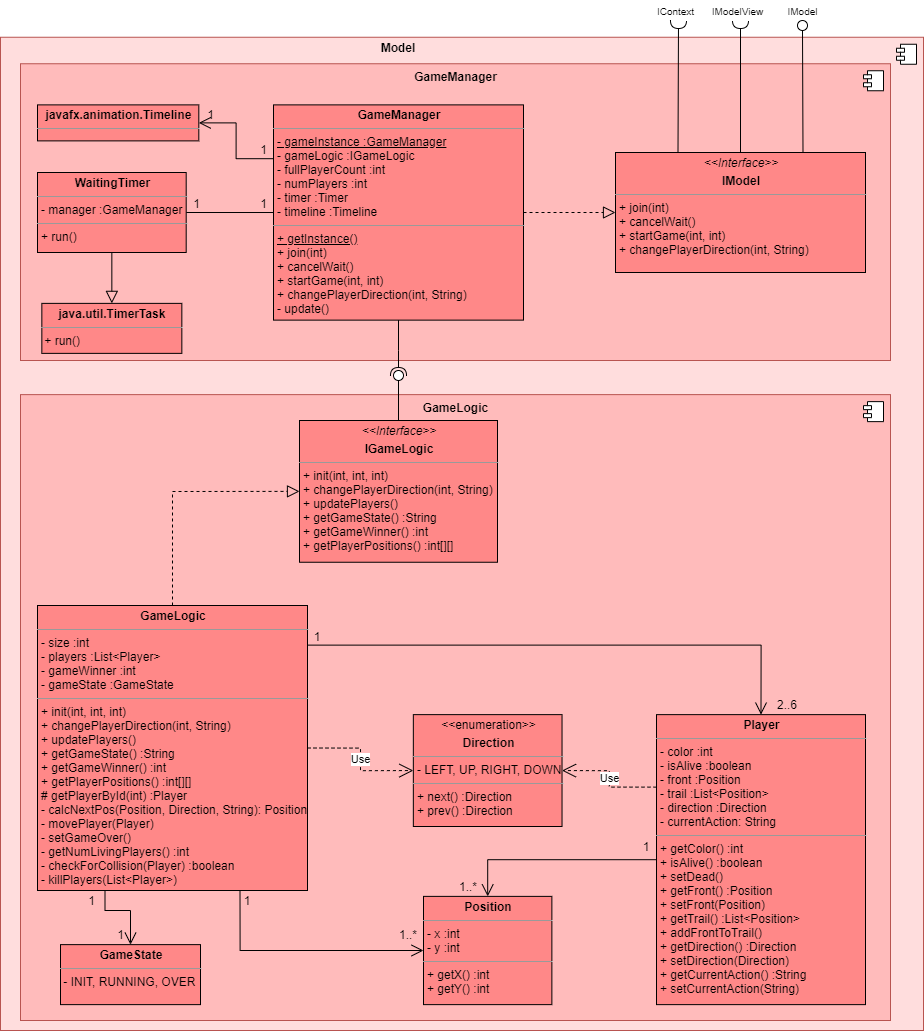
Before: Doku/images/Model_Ebene3_Refactor.png, a diagram exported from draw.io (KjellooMelloo/gameoftrons). Source tidied: cells renumbered, new cells last; positions are measured from the earlier drawing's top-left corner, leaving out a move shared by most shapes.
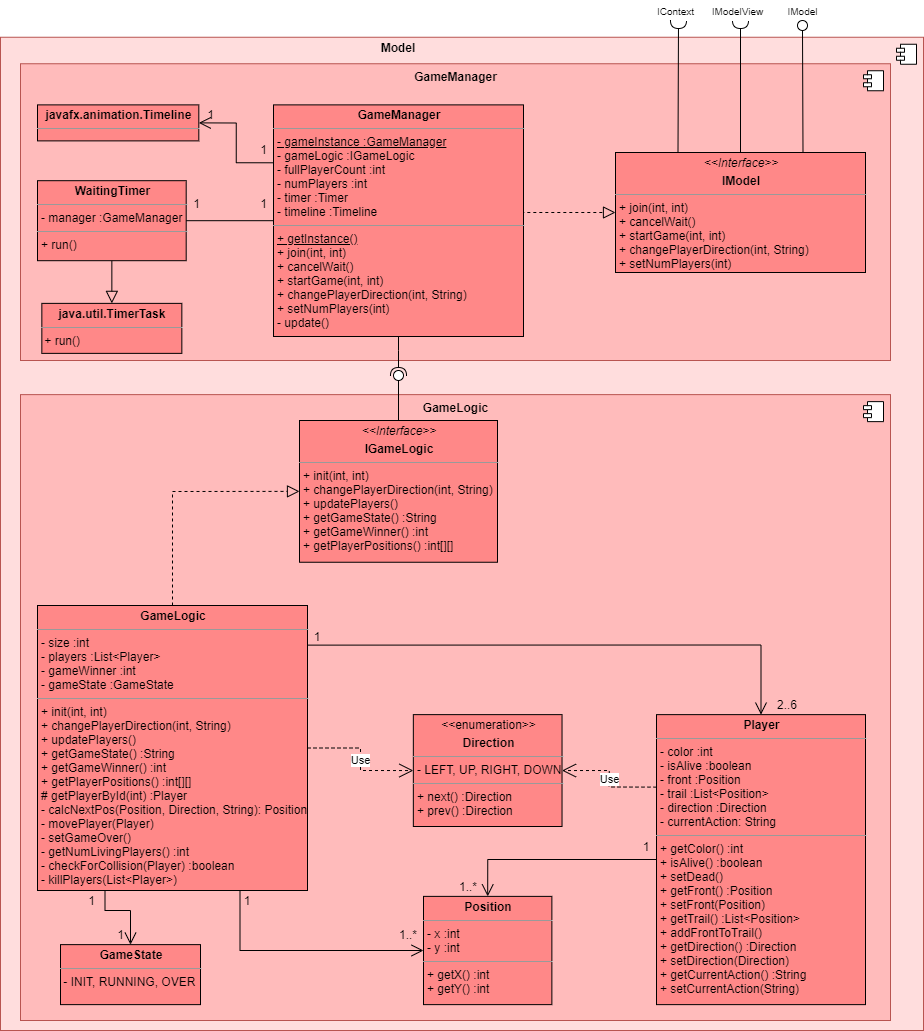
After the change.

Commit message:
bst and doc changes for join, setNumPlayers, startGame

What changed in the source:
```diff
@@ -43,8 +43,8 @@
     <mxCell id="11" style="edgeStyle=orthogonalEdgeStyle;rounded=0;jettySize=auto;html=1;entryX=1;entryY=0.5;entryDx=0;entryDy=0;exitX=0;exitY=0.25;exitDx=0;exitDy=0;endArrow=open;endFill=0;endSize=10;" parent="1" edge="1" source="12" target="50">
       <mxGeometry relative="1" as="geometry" />
     </mxCell>
-    <mxCell id="12" value="&lt;p style=&quot;margin: 0px ; margin-top: 4px ; text-align: center&quot;&gt;&lt;b&gt;GameManager&lt;/b&gt;&lt;/p&gt;&lt;hr size=&quot;1&quot;&gt;&lt;p style=&quot;margin: 0px ; margin-left: 4px&quot;&gt;&lt;u&gt;- gameInstance :GameManager&lt;/u&gt;&lt;/p&gt;&lt;p style=&quot;margin: 0px ; margin-left: 4px&quot;&gt;- gameLogic :IGameLogic&lt;/p&gt;&lt;p style=&quot;margin: 0px ; margin-left: 4px&quot;&gt;- fullPlayerCount :int&lt;/p&gt;&lt;p style=&quot;margin: 0px ; margin-left: 4px&quot;&gt;- numPlayers :int&lt;/p&gt;&lt;p style=&quot;margin: 0px ; margin-left: 4px&quot;&gt;- timer :Timer&lt;/p&gt;&lt;p style=&quot;margin: 0px ; margin-left: 4px&quot;&gt;- timeline :Timeline&lt;/p&gt;&lt;hr size=&quot;1&quot;&gt;&lt;p style=&quot;margin: 0px 0px 0px 4px&quot;&gt;&lt;u&gt;+ getInstance()&lt;/u&gt;&lt;/p&gt;&lt;p style=&quot;margin: 0px 0px 0px 4px&quot;&gt;+ join(int)&lt;/p&gt;&lt;p style=&quot;margin: 0px 0px 0px 4px&quot;&gt;+ cancelWait()&lt;/p&gt;&lt;p style=&quot;margin: 0px 0px 0px 4px&quot;&gt;+ startGame(int, int)&lt;/p&gt;&lt;p style=&quot;margin: 0px 0px 0px 4px&quot;&gt;+ changePlayerDirection(int, String)&lt;/p&gt;&lt;p style=&quot;margin: 0px 0px 0px 4px&quot;&gt;- update()&lt;/p&gt;&lt;p style=&quot;margin: 0px ; margin-left: 4px&quot;&gt;&lt;br&gt;&lt;/p&gt;" style="verticalAlign=top;align=left;overflow=fill;fontSize=12;fontFamily=Helvetica;html=1;fillColor=#FF8888;strokeColor=#000000;" parent="1" vertex="1">
-      <mxGeometry x="273" y="104.4" width="250" height="215.2" as="geometry" />
+    <mxCell id="12" value="&lt;p style=&quot;margin: 0px ; margin-top: 4px ; text-align: center&quot;&gt;&lt;b&gt;GameManager&lt;/b&gt;&lt;/p&gt;&lt;hr size=&quot;1&quot;&gt;&lt;p style=&quot;margin: 0px ; margin-left: 4px&quot;&gt;&lt;u&gt;- gameInstance :GameManager&lt;/u&gt;&lt;/p&gt;&lt;p style=&quot;margin: 0px ; margin-left: 4px&quot;&gt;- gameLogic :IGameLogic&lt;/p&gt;&lt;p style=&quot;margin: 0px ; margin-left: 4px&quot;&gt;- fullPlayerCount :int&lt;/p&gt;&lt;p style=&quot;margin: 0px ; margin-left: 4px&quot;&gt;- numPlayers :int&lt;/p&gt;&lt;p style=&quot;margin: 0px ; margin-left: 4px&quot;&gt;- timer :Timer&lt;/p&gt;&lt;p style=&quot;margin: 0px ; margin-left: 4px&quot;&gt;- timeline :Timeline&lt;/p&gt;&lt;hr size=&quot;1&quot;&gt;&lt;p style=&quot;margin: 0px 0px 0px 4px&quot;&gt;&lt;u&gt;+ getInstance()&lt;/u&gt;&lt;/p&gt;&lt;p style=&quot;margin: 0px 0px 0px 4px&quot;&gt;+ join(int, int)&lt;/p&gt;&lt;p style=&quot;margin: 0px 0px 0px 4px&quot;&gt;+ cancelWait()&lt;/p&gt;&lt;p style=&quot;margin: 0px 0px 0px 4px&quot;&gt;+ startGame(int, int)&lt;/p&gt;&lt;p style=&quot;margin: 0px 0px 0px 4px&quot;&gt;+ changePlayerDirection(int, String)&lt;/p&gt;&lt;p style=&quot;margin: 0px 0px 0px 4px&quot;&gt;+ setNumPlayers(int)&lt;/p&gt;&lt;p style=&quot;margin: 0px 0px 0px 4px&quot;&gt;- update()&lt;/p&gt;&lt;p style=&quot;margin: 0px ; margin-left: 4px&quot;&gt;&lt;br&gt;&lt;/p&gt;" style="verticalAlign=top;align=left;overflow=fill;fontSize=12;fontFamily=Helvetica;html=1;fillColor=#FF8888;strokeColor=#000000;" parent="1" vertex="1">
+      <mxGeometry x="273" y="104.4" width="250" height="231.6" as="geometry" />
     </mxCell>
     <mxCell id="13" value="&lt;p style=&quot;margin: 0px ; margin-top: 4px ; text-align: center&quot;&gt;&lt;b&gt;Position&lt;/b&gt;&lt;/p&gt;&lt;hr size=&quot;1&quot;&gt;&lt;p style=&quot;margin: 0px ; margin-left: 4px&quot;&gt;- x :int&lt;/p&gt;&lt;p style=&quot;margin: 0px ; margin-left: 4px&quot;&gt;- y :int&lt;/p&gt;&lt;hr size=&quot;1&quot;&gt;&lt;p style=&quot;margin: 0px ; margin-left: 4px&quot;&gt;+ getX() :int&lt;br&gt;+ getY() :int&lt;/p&gt;&lt;p style=&quot;margin: 0px ; margin-left: 4px&quot;&gt;&lt;br&gt;&lt;/p&gt;" style="verticalAlign=top;align=left;overflow=fill;fontSize=12;fontFamily=Helvetica;html=1;fillColor=#FF8888;strokeColor=#000000;" parent="1" vertex="1">
       <mxGeometry x="423" y="895.9" width="128.4" height="108.2" as="geometry" />
@@ -58,7 +58,7 @@
     <mxCell id="16" style="edgeStyle=orthogonalEdgeStyle;rounded=0;jettySize=auto;html=1;entryX=0;entryY=0.5;entryDx=0;entryDy=0;startArrow=none;startFill=0;endArrow=open;endFill=0;endSize=10;exitX=0.75;exitY=1;exitDx=0;exitDy=0;" parent="1" edge="1" source="17" target="13">
       <mxGeometry relative="1" as="geometry" />
     </mxCell>
-    <mxCell id="17" value="&lt;p style=&quot;margin: 0px ; margin-top: 4px ; text-align: center&quot;&gt;&lt;b&gt;GameLogic&lt;/b&gt;&lt;/p&gt;&lt;hr size=&quot;1&quot;&gt;&lt;p style=&quot;margin: 0px ; margin-left: 4px&quot;&gt;- size :int&lt;/p&gt;&lt;p style=&quot;margin: 0px ; margin-left: 4px&quot;&gt;- players :List&amp;lt;Player&amp;gt;&lt;/p&gt;&lt;p style=&quot;margin: 0px 0px 0px 4px&quot;&gt;&lt;span&gt;- gameWinner :int&lt;/span&gt;&lt;br&gt;&lt;/p&gt;&lt;p style=&quot;margin: 0px ; margin-left: 4px&quot;&gt;- gameState :GameState&lt;/p&gt;&lt;hr size=&quot;1&quot;&gt;&lt;p style=&quot;margin: 0px ; margin-left: 4px&quot;&gt;&lt;span&gt;+ init(int, int, int)&lt;/span&gt;&lt;/p&gt;&lt;p style=&quot;margin: 0px ; margin-left: 4px&quot;&gt;&lt;span&gt;+ changePlayerDirection(int, String)&lt;/span&gt;&lt;br&gt;&lt;/p&gt;&lt;p style=&quot;margin: 0px ; margin-left: 4px&quot;&gt;&lt;span&gt;+ updatePlayers()&lt;/span&gt;&lt;/p&gt;&lt;p style=&quot;margin: 0px ; margin-left: 4px&quot;&gt;&lt;span&gt;+ getGameState() :String&lt;/span&gt;&lt;br&gt;&lt;/p&gt;&lt;p style=&quot;margin: 0px ; margin-left: 4px&quot;&gt;&lt;span&gt;+ getGameWinner() :int&lt;/span&gt;&lt;/p&gt;&lt;p style=&quot;margin: 0px ; margin-left: 4px&quot;&gt;+ getPlayerPositions() :int[][]&lt;/p&gt;&lt;p style=&quot;margin: 0px ; margin-left: 4px&quot;&gt;&lt;span&gt;# getPlayerById(int) :Player&lt;/span&gt;&lt;br&gt;&lt;/p&gt;&lt;p style=&quot;margin: 0px ; margin-left: 4px&quot;&gt;- calcNextPos(Position, Direction, String): Position&lt;/p&gt;&lt;p style=&quot;margin: 0px ; margin-left: 4px&quot;&gt;- movePlayer(Player)&lt;/p&gt;&lt;p style=&quot;margin: 0px ; margin-left: 4px&quot;&gt;- setGameOver()&lt;/p&gt;&lt;p style=&quot;margin: 0px 0px 0px 4px&quot;&gt;- getNumLivingPlayers() :int&lt;/p&gt;&lt;p style=&quot;margin: 0px 0px 0px 4px&quot;&gt;- checkForCollision(Player) :boolean&lt;/p&gt;&lt;p style=&quot;margin: 0px 0px 0px 4px&quot;&gt;- killPlayers(List&amp;lt;Player&amp;gt;)&lt;/p&gt;" style="verticalAlign=top;align=left;overflow=fill;fontSize=12;fontFamily=Helvetica;html=1;fillColor=#FF8888;strokeColor=#000000;" parent="1" vertex="1">
+    <mxCell id="17" value="&lt;p style=&quot;margin: 0px ; margin-top: 4px ; text-align: center&quot;&gt;&lt;b&gt;GameLogic&lt;/b&gt;&lt;/p&gt;&lt;hr size=&quot;1&quot;&gt;&lt;p style=&quot;margin: 0px ; margin-left: 4px&quot;&gt;- size :int&lt;/p&gt;&lt;p style=&quot;margin: 0px ; margin-left: 4px&quot;&gt;- players :List&amp;lt;Player&amp;gt;&lt;/p&gt;&lt;p style=&quot;margin: 0px 0px 0px 4px&quot;&gt;&lt;span&gt;- gameWinner :int&lt;/span&gt;&lt;br&gt;&lt;/p&gt;&lt;p style=&quot;margin: 0px ; margin-left: 4px&quot;&gt;- gameState :GameState&lt;/p&gt;&lt;hr size=&quot;1&quot;&gt;&lt;p style=&quot;margin: 0px ; margin-left: 4px&quot;&gt;&lt;span&gt;+ init(int, int)&lt;/span&gt;&lt;/p&gt;&lt;p style=&quot;margin: 0px ; margin-left: 4px&quot;&gt;&lt;span&gt;+ changePlayerDirection(int, String)&lt;/span&gt;&lt;br&gt;&lt;/p&gt;&lt;p style=&quot;margin: 0px ; margin-left: 4px&quot;&gt;&lt;span&gt;+ updatePlayers()&lt;/span&gt;&lt;/p&gt;&lt;p style=&quot;margin: 0px ; margin-left: 4px&quot;&gt;&lt;span&gt;+ getGameState() :String&lt;/span&gt;&lt;br&gt;&lt;/p&gt;&lt;p style=&quot;margin: 0px ; margin-left: 4px&quot;&gt;&lt;span&gt;+ getGameWinner() :int&lt;/span&gt;&lt;/p&gt;&lt;p style=&quot;margin: 0px ; margin-left: 4px&quot;&gt;+ getPlayerPositions() :int[][]&lt;/p&gt;&lt;p style=&quot;margin: 0px ; margin-left: 4px&quot;&gt;&lt;span&gt;# getPlayerById(int) :Player&lt;/span&gt;&lt;br&gt;&lt;/p&gt;&lt;p style=&quot;margin: 0px ; margin-left: 4px&quot;&gt;- calcNextPos(Position, Direction, String): Position&lt;/p&gt;&lt;p style=&quot;margin: 0px ; margin-left: 4px&quot;&gt;- movePlayer(Player)&lt;/p&gt;&lt;p style=&quot;margin: 0px ; margin-left: 4px&quot;&gt;- setGameOver()&lt;/p&gt;&lt;p style=&quot;margin: 0px 0px 0px 4px&quot;&gt;- getNumLivingPlayers() :int&lt;/p&gt;&lt;p style=&quot;margin: 0px 0px 0px 4px&quot;&gt;- checkForCollision(Player) :boolean&lt;/p&gt;&lt;p style=&quot;margin: 0px 0px 0px 4px&quot;&gt;- killPlayers(List&amp;lt;Player&amp;gt;)&lt;/p&gt;" style="verticalAlign=top;align=left;overflow=fill;fontSize=12;fontFamily=Helvetica;html=1;fillColor=#FF8888;strokeColor=#000000;" parent="1" vertex="1">
       <mxGeometry x="37" y="605" width="270" height="285" as="geometry" />
     </mxCell>
     <mxCell id="18" style="edgeStyle=orthogonalEdgeStyle;rounded=0;jettySize=auto;html=1;entryX=0.5;entryY=0;entryDx=0;entryDy=0;endArrow=open;endFill=0;endSize=10;" parent="1" edge="1" source="19" target="13">
@@ -94,10 +94,10 @@
     <mxCell id="26" value="1" style="text;html=1;align=center;verticalAlign=middle;" parent="1" vertex="1">
       <mxGeometry x="80.7" y="890" width="20" height="20" as="geometry" />
     </mxCell>
-    <mxCell id="27" value="&lt;p style=&quot;margin: 0px ; margin-top: 4px ; text-align: center&quot;&gt;&lt;i&gt;&amp;lt;&amp;lt;Interface&amp;gt;&amp;gt;&lt;/i&gt;&lt;/p&gt;&lt;p style=&quot;margin: 0px ; margin-top: 4px ; text-align: center&quot;&gt;&lt;b&gt;IGameLogic&lt;/b&gt;&lt;/p&gt;&lt;hr size=&quot;1&quot;&gt;&lt;p style=&quot;margin: 0px ; margin-left: 4px&quot;&gt;+ init(int, int, int)&lt;/p&gt;&lt;p style=&quot;margin: 0px ; margin-left: 4px&quot;&gt;+ changePlayerDirection(int, String)&lt;/p&gt;&lt;p style=&quot;margin: 0px ; margin-left: 4px&quot;&gt;&lt;span&gt;+ updatePlayers()&lt;/span&gt;&lt;/p&gt;&lt;p style=&quot;margin: 0px ; margin-left: 4px&quot;&gt;&lt;span&gt;+ getGameState() :String&lt;/span&gt;&lt;br&gt;&lt;/p&gt;&lt;p style=&quot;margin: 0px ; margin-left: 4px&quot;&gt;&lt;span&gt;+ getGameWinner() :int&lt;/span&gt;&lt;/p&gt;&lt;p style=&quot;margin: 0px ; margin-left: 4px&quot;&gt;+ getPlayerPositions() :int[][]&lt;/p&gt;" style="verticalAlign=top;align=left;overflow=fill;fontSize=12;fontFamily=Helvetica;html=1;fillColor=#FF8888;strokeColor=#000000;" parent="1" vertex="1">
+    <mxCell id="27" value="&lt;p style=&quot;margin: 0px ; margin-top: 4px ; text-align: center&quot;&gt;&lt;i&gt;&amp;lt;&amp;lt;Interface&amp;gt;&amp;gt;&lt;/i&gt;&lt;/p&gt;&lt;p style=&quot;margin: 0px ; margin-top: 4px ; text-align: center&quot;&gt;&lt;b&gt;IGameLogic&lt;/b&gt;&lt;/p&gt;&lt;hr size=&quot;1&quot;&gt;&lt;p style=&quot;margin: 0px ; margin-left: 4px&quot;&gt;+ init(int, int)&lt;/p&gt;&lt;p style=&quot;margin: 0px ; margin-left: 4px&quot;&gt;+ changePlayerDirection(int, String)&lt;/p&gt;&lt;p style=&quot;margin: 0px ; margin-left: 4px&quot;&gt;&lt;span&gt;+ updatePlayers()&lt;/span&gt;&lt;/p&gt;&lt;p style=&quot;margin: 0px ; margin-left: 4px&quot;&gt;&lt;span&gt;+ getGameState() :String&lt;/span&gt;&lt;br&gt;&lt;/p&gt;&lt;p style=&quot;margin: 0px ; margin-left: 4px&quot;&gt;&lt;span&gt;+ getGameWinner() :int&lt;/span&gt;&lt;/p&gt;&lt;p style=&quot;margin: 0px ; margin-left: 4px&quot;&gt;+ getPlayerPositions() :int[][]&lt;/p&gt;" style="verticalAlign=top;align=left;overflow=fill;fontSize=12;fontFamily=Helvetica;html=1;fillColor=#FF8888;strokeColor=#000000;" parent="1" vertex="1">
       <mxGeometry x="299" y="420" width="198" height="141.8" as="geometry" />
     </mxCell>
-    <mxCell id="28" value="&lt;p style=&quot;margin: 0px ; margin-top: 4px ; text-align: center&quot;&gt;&lt;i&gt;&amp;lt;&amp;lt;Interface&amp;gt;&amp;gt;&lt;/i&gt;&lt;/p&gt;&lt;p style=&quot;margin: 0px ; margin-top: 4px ; text-align: center&quot;&gt;&lt;b&gt;IModel&lt;/b&gt;&lt;/p&gt;&lt;hr size=&quot;1&quot;&gt;&lt;p style=&quot;margin: 0px 0px 0px 4px&quot;&gt;&lt;span&gt;+ join(int)&lt;/span&gt;&lt;br&gt;&lt;/p&gt;&lt;p style=&quot;margin: 0px 0px 0px 4px&quot;&gt;+ cancelWait()&lt;/p&gt;&lt;p style=&quot;margin: 0px 0px 0px 4px&quot;&gt;+ startGame(int, int)&lt;/p&gt;&lt;p style=&quot;margin: 0px 0px 0px 4px&quot;&gt;+ changePlayerDirection(int, String)&lt;/p&gt;&lt;p style=&quot;margin: 0px ; margin-left: 4px&quot;&gt;&lt;br&gt;&lt;/p&gt;&lt;p style=&quot;margin: 0px ; margin-left: 4px&quot;&gt;&lt;br&gt;&lt;/p&gt;" style="verticalAlign=top;align=left;overflow=fill;fontSize=12;fontFamily=Helvetica;html=1;fillColor=#FF8888;strokeColor=#000000;" parent="1" vertex="1">
+    <mxCell id="28" value="&lt;p style=&quot;margin: 0px ; margin-top: 4px ; text-align: center&quot;&gt;&lt;i&gt;&amp;lt;&amp;lt;Interface&amp;gt;&amp;gt;&lt;/i&gt;&lt;/p&gt;&lt;p style=&quot;margin: 0px ; margin-top: 4px ; text-align: center&quot;&gt;&lt;b&gt;IModel&lt;/b&gt;&lt;/p&gt;&lt;hr size=&quot;1&quot;&gt;&lt;p style=&quot;margin: 0px 0px 0px 4px&quot;&gt;&lt;span&gt;+ join(int, int)&lt;/span&gt;&lt;br&gt;&lt;/p&gt;&lt;p style=&quot;margin: 0px 0px 0px 4px&quot;&gt;+ cancelWait()&lt;/p&gt;&lt;p style=&quot;margin: 0px 0px 0px 4px&quot;&gt;+ startGame(int, int)&lt;/p&gt;&lt;p style=&quot;margin: 0px 0px 0px 4px&quot;&gt;+ changePlayerDirection(int, String)&lt;/p&gt;&lt;p style=&quot;margin: 0px ; margin-left: 4px&quot;&gt;+ setNumPlayers(int)&lt;/p&gt;&lt;p style=&quot;margin: 0px ; margin-left: 4px&quot;&gt;&lt;br&gt;&lt;/p&gt;" style="verticalAlign=top;align=left;overflow=fill;fontSize=12;fontFamily=Helvetica;html=1;fillColor=#FF8888;strokeColor=#000000;" parent="1" vertex="1">
       <mxGeometry x="615" y="152" width="250" height="120" as="geometry" />
     </mxCell>
     <mxCell id="29" style="rounded=0;jettySize=auto;html=1;endArrow=none;endFill=0;exitX=0.5;exitY=0;exitDx=0;exitDy=0;" parent="1" edge="1" source="27" target="31">
@@ -137,7 +137,7 @@
       <mxGeometry x="253" y="193.2" width="20" height="20" as="geometry" />
     </mxCell>
     <mxCell id="39" value="&lt;p style=&quot;margin: 0px ; margin-top: 4px ; text-align: center&quot;&gt;&lt;b&gt;WaitingTimer&lt;/b&gt;&lt;/p&gt;&lt;hr size=&quot;1&quot;&gt;&lt;p style=&quot;margin: 0px ; margin-left: 4px&quot;&gt;- manager :GameManager&lt;br&gt;&lt;/p&gt;&lt;hr size=&quot;1&quot;&gt;&lt;p style=&quot;margin: 0px ; margin-left: 4px&quot;&gt;+ run()&lt;/p&gt;" style="verticalAlign=top;align=left;overflow=fill;fontSize=12;fontFamily=Helvetica;html=1;fillColor=#FF8888;strokeColor=#000000;" parent="1" vertex="1">
-      <mxGeometry x="37" y="172" width="148.7" height="80" as="geometry" />
+      <mxGeometry x="37" y="180.2" width="148.7" height="80" as="geometry" />
     </mxCell>
     <mxCell id="40" style="rounded=0;jettySize=auto;html=1;endArrow=none;endFill=0;exitX=0.75;exitY=0;exitDx=0;exitDy=0;" parent="1" edge="1" source="28" target="41">
       <mxGeometry relative="1" as="geometry" />
```
